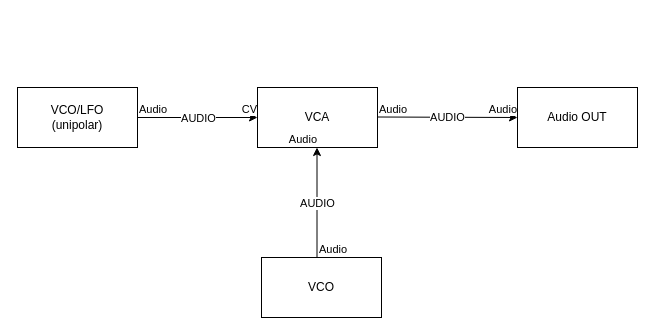
Above: 05-Analog-Synthesis/04-Modulation/AM.drawio in SEM-Mozarteum/sem-meko (draw.io), before the change. Source tidied: cells renumbered, new cells numbered last; positions are measured from the earlier drawing's top-left corner, leaving out a move shared by most shapes. Both pictures are drawn from the tidied source at 100%, with x=0, y=0 at pixel (17, 87).
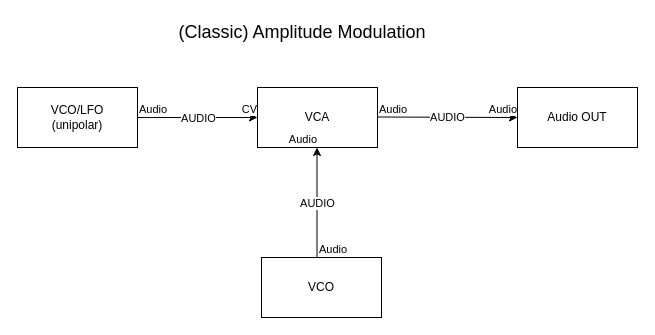
Above is the later version.

Diff of the diagram source:
```diff
@@
+    <mxCell id="18" value="&lt;font style=&quot;font-size: 18px;&quot;&gt;(Classic) Amplitude Modulation&lt;/font&gt;" style="text;html=1;whiteSpace=wrap;strokeColor=none;fillColor=none;align=center;verticalAlign=middle;rounded=0;" parent="1" vertex="1">
+      <mxGeometry x="140" y="-70" width="290" height="30" as="geometry" />
+    </mxCell>
```
